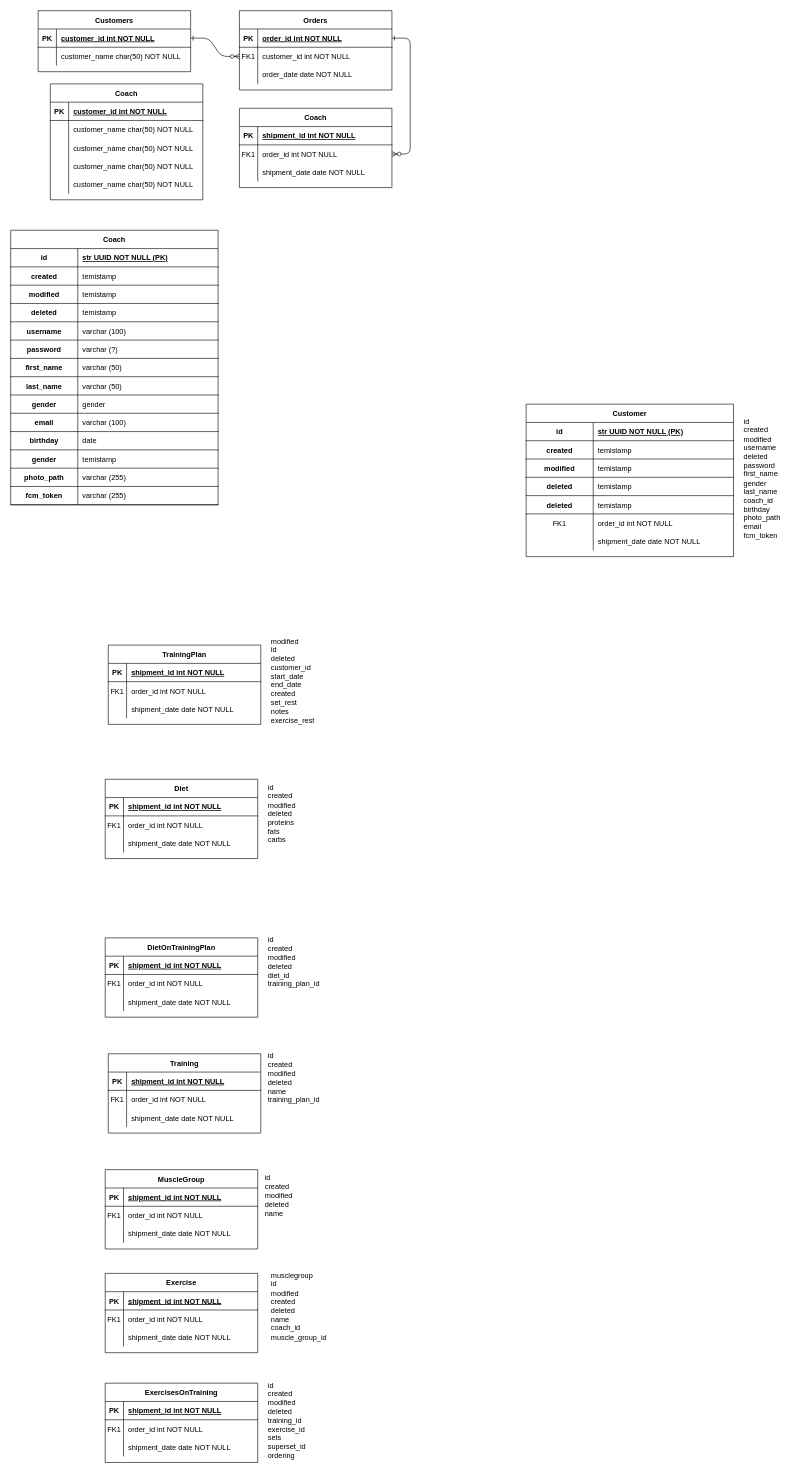
Above: backend/src/domains/Диаграмма без названия.drawio in baydinvladislav/as-coach (draw.io), before the change. Source tidied: cells renumbered, new cells numbered last; positions are measured from the earlier drawing's top-left corner, leaving out a move shared by most shapes. Both pictures are drawn from the tidied source at 61%, with x=0, y=0 at pixel (10, 10).
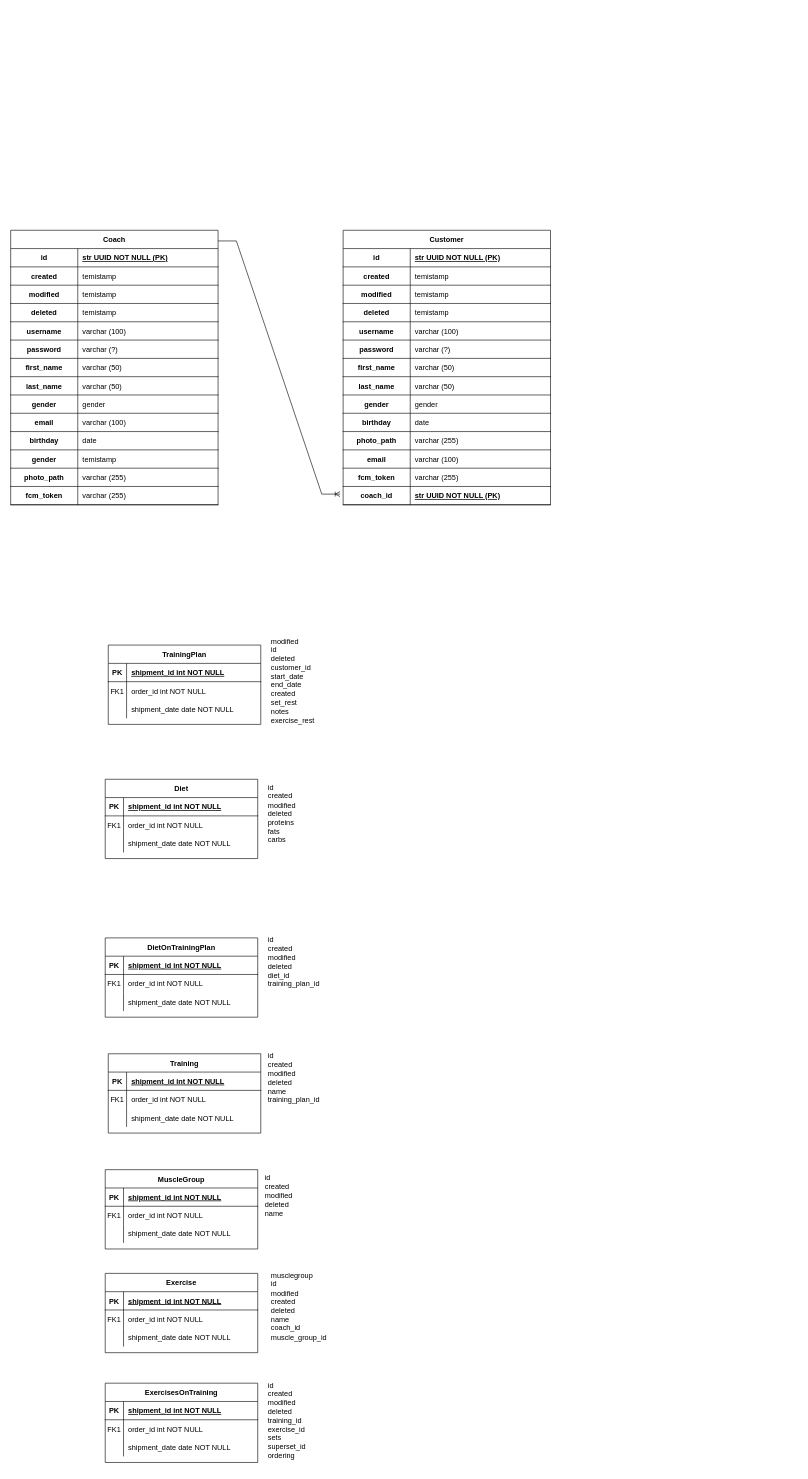
The same page after the edit.

What changed in the source:
```diff
@@
-    <mxCell id="2" style="edgeStyle=entityRelationEdgeStyle;endArrow=ERzeroToMany;startArrow=ERone;endFill=1;startFill=0;" parent="1" edge="1" source="25" target="8">
-      <mxGeometry relative="1" as="geometry" />
-    </mxCell>
-    <mxCell id="3" style="edgeStyle=entityRelationEdgeStyle;endArrow=ERzeroToMany;startArrow=ERone;endFill=1;startFill=0;" parent="1" edge="1" source="5" target="18">
-      <mxGeometry relative="1" as="geometry" />
-    </mxCell>
-    <mxCell id="4" value="Orders" style="shape=table;startSize=30;childLayout=tableLayout;rowLines=0;fontStyle=1;align=center;" parent="1" vertex="1">
-      <mxGeometry x="375" width="250" height="130" as="geometry" />
-    </mxCell>
-    <mxCell id="5" style="shape=partialRectangle;fillColor=none;points=[[0,0.5],[1,0.5]];portConstraint=eastwest;top=0;left=0;right=0;bottom=1;" parent="4" vertex="1">
-      <mxGeometry y="30" width="250" height="30" as="geometry" />
-    </mxCell>
-    <mxCell id="6" value="PK" style="shape=partialRectangle;overflow=hidden;fillColor=none;top=0;left=0;bottom=0;right=0;fontStyle=1;" parent="5" vertex="1">
-      <mxGeometry width="30" height="30" as="geometry" />
-    </mxCell>
-    <mxCell id="7" value="order_id int NOT NULL " style="shape=partialRectangle;overflow=hidden;fillColor=none;top=0;left=0;bottom=0;right=0;align=left;spacingLeft=6;fontStyle=5;" parent="5" vertex="1">
-      <mxGeometry x="30" width="220" height="30" as="geometry" />
-    </mxCell>
-    <mxCell id="8" style="shape=partialRectangle;fillColor=none;points=[[0,0.5],[1,0.5]];portConstraint=eastwest;top=0;left=0;right=0;bottom=0;" parent="4" vertex="1">
-      <mxGeometry y="60" width="250" height="30" as="geometry" />
-    </mxCell>
-    <mxCell id="9" value="FK1" style="shape=partialRectangle;overflow=hidden;fillColor=none;top=0;left=0;bottom=0;right=0;" parent="8" vertex="1">
-      <mxGeometry width="30" height="30" as="geometry" />
-    </mxCell>
-    <mxCell id="10" value="customer_id int NOT NULL" style="shape=partialRectangle;overflow=hidden;fillColor=none;top=0;left=0;bottom=0;right=0;align=left;spacingLeft=6;" parent="8" vertex="1">
-      <mxGeometry x="30" width="220" height="30" as="geometry" />
-    </mxCell>
-    <mxCell id="11" style="shape=partialRectangle;fillColor=none;top=0;left=0;right=0;bottom=0;" parent="4" vertex="1">
-      <mxGeometry y="90" width="250" height="30" as="geometry" />
-    </mxCell>
-    <mxCell id="12" style="shape=partialRectangle;overflow=hidden;fillColor=none;top=0;left=0;bottom=0;right=0;" parent="11" vertex="1">
-      <mxGeometry width="30" height="30" as="geometry" />
-    </mxCell>
-    <mxCell id="13" value="order_date date NOT NULL" style="shape=partialRectangle;overflow=hidden;fillColor=none;top=0;left=0;bottom=0;right=0;align=left;spacingLeft=6;" parent="11" vertex="1">
-      <mxGeometry x="30" width="220" height="30" as="geometry" />
-    </mxCell>
-    <mxCell id="14" value="Coach" style="shape=table;startSize=30;childLayout=tableLayout;rowLines=0;fontStyle=1;align=center;" parent="1" vertex="1">
-      <mxGeometry x="375" y="160" width="250" height="130" as="geometry" />
-    </mxCell>
-    <mxCell id="15" style="shape=partialRectangle;fillColor=none;top=0;left=0;right=0;bottom=1;" parent="14" vertex="1">
-      <mxGeometry y="30" width="250" height="30" as="geometry" />
-    </mxCell>
-    <mxCell id="16" value="PK" style="shape=partialRectangle;overflow=hidden;fillColor=none;top=0;left=0;bottom=0;right=0;fontStyle=1;" parent="15" vertex="1">
-      <mxGeometry width="30" height="30" as="geometry" />
-    </mxCell>
-    <mxCell id="17" value="shipment_id int NOT NULL " style="shape=partialRectangle;overflow=hidden;fillColor=none;top=0;left=0;bottom=0;right=0;align=left;spacingLeft=6;fontStyle=5;" parent="15" vertex="1">
-      <mxGeometry x="30" width="220" height="30" as="geometry" />
-    </mxCell>
-    <mxCell id="18" style="shape=partialRectangle;fillColor=none;points=[[0,0.5],[1,0.5]];portConstraint=eastwest;top=0;left=0;right=0;bottom=0;" parent="14" vertex="1">
-      <mxGeometry y="60" width="250" height="30" as="geometry" />
-    </mxCell>
-    <mxCell id="19" value="FK1" style="shape=partialRectangle;overflow=hidden;fillColor=none;top=0;left=0;bottom=0;right=0;" parent="18" vertex="1">
-      <mxGeometry width="30" height="30" as="geometry" />
-    </mxCell>
-    <mxCell id="20" value="order_id int NOT NULL" style="shape=partialRectangle;overflow=hidden;fillColor=none;top=0;left=0;bottom=0;right=0;align=left;spacingLeft=6;" parent="18" vertex="1">
-      <mxGeometry x="30" width="220" height="30" as="geometry" />
-    </mxCell>
-    <mxCell id="21" style="shape=partialRectangle;fillColor=none;top=0;left=0;right=0;bottom=0;" parent="14" vertex="1">
-      <mxGeometry y="90" width="250" height="30" as="geometry" />
-    </mxCell>
-    <mxCell id="22" style="shape=partialRectangle;overflow=hidden;fillColor=none;top=0;left=0;bottom=0;right=0;" parent="21" vertex="1">
-      <mxGeometry width="30" height="30" as="geometry" />
-    </mxCell>
-    <mxCell id="23" value="shipment_date date NOT NULL" style="shape=partialRectangle;overflow=hidden;fillColor=none;top=0;left=0;bottom=0;right=0;align=left;spacingLeft=6;" parent="21" vertex="1">
-      <mxGeometry x="30" width="220" height="30" as="geometry" />
-    </mxCell>
-    <mxCell id="24" value="Customers" style="shape=table;startSize=30;childLayout=tableLayout;rowLines=0;fontStyle=1;align=center;" parent="1" vertex="1">
-      <mxGeometry x="45" width="250" height="100" as="geometry" />
-    </mxCell>
-    <mxCell id="25" style="shape=partialRectangle;fillColor=none;points=[[0,0.5],[1,0.5]];portConstraint=eastwest;top=0;left=0;right=0;bottom=1;" parent="24" vertex="1">
-      <mxGeometry y="30" width="250" height="30" as="geometry" />
-    </mxCell>
-    <mxCell id="26" value="PK" style="shape=partialRectangle;overflow=hidden;fillColor=none;top=0;left=0;bottom=0;right=0;fontStyle=1;" parent="25" vertex="1">
-      <mxGeometry width="30" height="30" as="geometry" />
-    </mxCell>
-    <mxCell id="27" value="customer_id int NOT NULL " style="shape=partialRectangle;overflow=hidden;fillColor=none;top=0;left=0;bottom=0;right=0;align=left;spacingLeft=6;fontStyle=5;" parent="25" vertex="1">
-      <mxGeometry x="30" width="220" height="30" as="geometry" />
-    </mxCell>
-    <mxCell id="28" style="shape=partialRectangle;fillColor=none;top=0;left=0;right=0;bottom=0;" parent="24" vertex="1">
-      <mxGeometry y="60" width="250" height="30" as="geometry" />
-    </mxCell>
-    <mxCell id="29" style="shape=partialRectangle;overflow=hidden;fillColor=none;top=0;left=0;bottom=0;right=0;" parent="28" vertex="1">
-      <mxGeometry width="30" height="30" as="geometry" />
-    </mxCell>
-    <mxCell id="30" value="customer_name char(50) NOT NULL" style="shape=partialRectangle;overflow=hidden;fillColor=none;top=0;left=0;bottom=0;right=0;align=left;spacingLeft=6;" parent="28" vertex="1">
-      <mxGeometry x="30" width="220" height="30" as="geometry" />
-    </mxCell>
-    <mxCell id="31" value="Coach" style="shape=table;startSize=30;childLayout=tableLayout;rowLines=0;fontStyle=1;align=center;" parent="1" vertex="1">
-      <mxGeometry x="65" y="120" width="250" height="190" as="geometry" />
-    </mxCell>
-    <mxCell id="32" style="shape=partialRectangle;fillColor=none;top=0;left=0;right=0;bottom=1;" parent="31" vertex="1">
-      <mxGeometry y="30" width="250" height="30" as="geometry" />
-    </mxCell>
-    <mxCell id="33" value="PK" style="shape=partialRectangle;overflow=hidden;fillColor=none;top=0;left=0;bottom=0;right=0;fontStyle=1;" parent="32" vertex="1">
-      <mxGeometry width="30" height="30" as="geometry" />
-    </mxCell>
-    <mxCell id="34" value="customer_id int NOT NULL " style="shape=partialRectangle;overflow=hidden;fillColor=none;top=0;left=0;bottom=0;right=0;align=left;spacingLeft=6;fontStyle=5;" parent="32" vertex="1">
-      <mxGeometry x="30" width="220" height="30" as="geometry" />
-    </mxCell>
-    <mxCell id="35" style="shape=partialRectangle;fillColor=none;top=0;left=0;right=0;bottom=0;" parent="31" vertex="1">
-      <mxGeometry y="60" width="250" height="30" as="geometry" />
-    </mxCell>
-    <mxCell id="36" style="shape=partialRectangle;overflow=hidden;fillColor=none;top=0;left=0;bottom=0;right=0;" parent="35" vertex="1">
-      <mxGeometry width="30" height="30" as="geometry" />
-    </mxCell>
-    <mxCell id="37" value="customer_name char(50) NOT NULL" style="shape=partialRectangle;overflow=hidden;fillColor=none;top=0;left=0;bottom=0;right=0;align=left;spacingLeft=6;" parent="35" vertex="1">
-      <mxGeometry x="30" width="220" height="30" as="geometry" />
-    </mxCell>
-    <mxCell id="38" style="shape=partialRectangle;fillColor=none;top=0;left=0;right=0;bottom=0;" parent="31" vertex="1">
-      <mxGeometry y="90" width="250" height="30" as="geometry" />
-    </mxCell>
-    <mxCell id="39" style="shape=partialRectangle;overflow=hidden;fillColor=none;top=0;left=0;bottom=0;right=0;" parent="38" vertex="1">
-      <mxGeometry width="30" height="30" as="geometry" />
-    </mxCell>
-    <mxCell id="40" value="customer_name char(50) NOT NULL" style="shape=partialRectangle;overflow=hidden;fillColor=none;top=0;left=0;bottom=0;right=0;align=left;spacingLeft=6;" parent="38" vertex="1">
-      <mxGeometry x="30" width="220" height="30" as="geometry" />
-    </mxCell>
-    <mxCell id="41" style="shape=partialRectangle;fillColor=none;top=0;left=0;right=0;bottom=0;" parent="31" vertex="1">
-      <mxGeometry y="120" width="250" height="30" as="geometry" />
-    </mxCell>
-    <mxCell id="42" style="shape=partialRectangle;overflow=hidden;fillColor=none;top=0;left=0;bottom=0;right=0;" parent="41" vertex="1">
-      <mxGeometry width="30" height="30" as="geometry" />
-    </mxCell>
-    <mxCell id="43" value="customer_name char(50) NOT NULL" style="shape=partialRectangle;overflow=hidden;fillColor=none;top=0;left=0;bottom=0;right=0;align=left;spacingLeft=6;" parent="41" vertex="1">
-      <mxGeometry x="30" width="220" height="30" as="geometry" />
-    </mxCell>
-    <mxCell id="44" style="shape=partialRectangle;fillColor=none;top=0;left=0;right=0;bottom=0;" parent="31" vertex="1">
-      <mxGeometry y="150" width="250" height="30" as="geometry" />
-    </mxCell>
-    <mxCell id="45" style="shape=partialRectangle;overflow=hidden;fillColor=none;top=0;left=0;bottom=0;right=0;" parent="44" vertex="1">
-      <mxGeometry width="30" height="30" as="geometry" />
-    </mxCell>
-    <mxCell id="46" value="customer_name char(50) NOT NULL" style="shape=partialRectangle;overflow=hidden;fillColor=none;top=0;left=0;bottom=0;right=0;align=left;spacingLeft=6;" parent="44" vertex="1">
-      <mxGeometry x="30" width="220" height="30" as="geometry" />
-    </mxCell>
@@
-    <mxCell id="110" value="id&#10;created&#10;modified&#10;username&#10;deleted&#10;password&#10;first_name&#10;gender&#10;last_name&#10;coach_id&#10;birthday&#10;photo_path&#10;email&#10;fcm_token" style="text;whiteSpace=wrap;" parent="1" vertex="1">
-      <mxGeometry x="1200" y="660" width="90" height="220" as="geometry" />
-    </mxCell>
@@
     <mxCell id="168" value="Customer" style="shape=table;startSize=30;childLayout=tableLayout;rowLines=0;fontStyle=1;align=center;" parent="1" vertex="1">
-      <mxGeometry x="845" y="645" width="340" height="250" as="geometry" />
+      <mxGeometry x="545" y="360" width="340" height="450" as="geometry" />
     </mxCell>
@@
+    <mxCell id="190" style="shape=partialRectangle;fillColor=none;top=0;left=0;right=0;bottom=1;" parent="168" vertex="1">
+      <mxGeometry y="150" width="340" height="30" as="geometry" />
+    </mxCell>
+    <mxCell id="191" value="username" style="shape=partialRectangle;overflow=hidden;fillColor=none;top=0;left=0;bottom=0;right=0;fontStyle=1;" parent="190" vertex="1">
+      <mxGeometry width="110" height="30" as="geometry" />
+    </mxCell>
+    <mxCell id="192" value="varchar (100)" style="shape=partialRectangle;overflow=hidden;fillColor=none;top=0;left=0;bottom=0;right=0;align=left;spacingLeft=6;fontStyle=0;" parent="190" vertex="1">
+      <mxGeometry x="110" width="230" height="30" as="geometry" />
+    </mxCell>
+    <mxCell id="193" style="shape=partialRectangle;fillColor=none;top=0;left=0;right=0;bottom=1;" parent="168" vertex="1">
+      <mxGeometry y="180" width="340" height="30" as="geometry" />
+    </mxCell>
+    <mxCell id="194" value="password" style="shape=partialRectangle;overflow=hidden;fillColor=none;top=0;left=0;bottom=0;right=0;fontStyle=1;" parent="193" vertex="1">
+      <mxGeometry width="110" height="30" as="geometry" />
+    </mxCell>
+    <mxCell id="195" value="varchar (?)" style="shape=partialRectangle;overflow=hidden;fillColor=none;top=0;left=0;bottom=0;right=0;align=left;spacingLeft=6;fontStyle=0;" parent="193" vertex="1">
+      <mxGeometry x="110" width="230" height="30" as="geometry" />
+    </mxCell>
+    <mxCell id="196" style="shape=partialRectangle;fillColor=none;top=0;left=0;right=0;bottom=1;" parent="168" vertex="1">
+      <mxGeometry y="210" width="340" height="30" as="geometry" />
+    </mxCell>
+    <mxCell id="197" value="first_name" style="shape=partialRectangle;overflow=hidden;fillColor=none;top=0;left=0;bottom=0;right=0;fontStyle=1;" parent="196" vertex="1">
+      <mxGeometry width="110" height="30" as="geometry" />
+    </mxCell>
+    <mxCell id="198" value="varchar (50)" style="shape=partialRectangle;overflow=hidden;fillColor=none;top=0;left=0;bottom=0;right=0;align=left;spacingLeft=6;fontStyle=0;" parent="196" vertex="1">
+      <mxGeometry x="110" width="230" height="30" as="geometry" />
+    </mxCell>
+    <mxCell id="199" style="shape=partialRectangle;fillColor=none;top=0;left=0;right=0;bottom=1;" parent="168" vertex="1">
+      <mxGeometry y="240" width="340" height="30" as="geometry" />
+    </mxCell>
+    <mxCell id="200" value="last_name" style="shape=partialRectangle;overflow=hidden;fillColor=none;top=0;left=0;bottom=0;right=0;fontStyle=1;" parent="199" vertex="1">
+      <mxGeometry width="110" height="30" as="geometry" />
+    </mxCell>
+    <mxCell id="201" value="varchar (50)" style="shape=partialRectangle;overflow=hidden;fillColor=none;top=0;left=0;bottom=0;right=0;align=left;spacingLeft=6;fontStyle=0;" parent="199" vertex="1">
+      <mxGeometry x="110" width="230" height="30" as="geometry" />
+    </mxCell>
+    <mxCell id="202" style="shape=partialRectangle;fillColor=none;top=0;left=0;right=0;bottom=1;" parent="168" vertex="1">
+      <mxGeometry y="270" width="340" height="30" as="geometry" />
+    </mxCell>
+    <mxCell id="203" value="gender" style="shape=partialRectangle;overflow=hidden;fillColor=none;top=0;left=0;bottom=0;right=0;fontStyle=1;" parent="202" vertex="1">
+      <mxGeometry width="110" height="30" as="geometry" />
+    </mxCell>
+    <mxCell id="204" value="gender" style="shape=partialRectangle;overflow=hidden;fillColor=none;top=0;left=0;bottom=0;right=0;align=left;spacingLeft=6;fontStyle=0;" parent="202" vertex="1">
+      <mxGeometry x="110" width="230" height="30" as="geometry" />
+    </mxCell>
+    <mxCell id="205" style="shape=partialRectangle;fillColor=none;top=0;left=0;right=0;bottom=1;" parent="168" vertex="1">
+      <mxGeometry y="300" width="340" height="30" as="geometry" />
+    </mxCell>
+    <mxCell id="206" value="birthday" style="shape=partialRectangle;overflow=hidden;fillColor=none;top=0;left=0;bottom=0;right=0;fontStyle=1;" parent="205" vertex="1">
+      <mxGeometry width="110" height="30" as="geometry" />
+    </mxCell>
+    <mxCell id="207" value="date" style="shape=partialRectangle;overflow=hidden;fillColor=none;top=0;left=0;bottom=0;right=0;align=left;spacingLeft=6;fontStyle=0;" parent="205" vertex="1">
+      <mxGeometry x="110" width="230" height="30" as="geometry" />
+    </mxCell>
+    <mxCell id="208" style="shape=partialRectangle;fillColor=none;top=0;left=0;right=0;bottom=1;" parent="168" vertex="1">
+      <mxGeometry y="330" width="340" height="30" as="geometry" />
+    </mxCell>
+    <mxCell id="209" value="photo_path" style="shape=partialRectangle;overflow=hidden;fillColor=none;top=0;left=0;bottom=0;right=0;fontStyle=1;" parent="208" vertex="1">
+      <mxGeometry width="110" height="30" as="geometry" />
+    </mxCell>
+    <mxCell id="210" value="varchar (255)" style="shape=partialRectangle;overflow=hidden;fillColor=none;top=0;left=0;bottom=0;right=0;align=left;spacingLeft=6;fontStyle=0;" parent="208" vertex="1">
+      <mxGeometry x="110" width="230" height="30" as="geometry" />
+    </mxCell>
+    <mxCell id="211" style="shape=partialRectangle;fillColor=none;top=0;left=0;right=0;bottom=1;" parent="168" vertex="1">
+      <mxGeometry y="360" width="340" height="30" as="geometry" />
+    </mxCell>
+    <mxCell id="212" value="email" style="shape=partialRectangle;overflow=hidden;fillColor=none;top=0;left=0;bottom=0;right=0;fontStyle=1;" parent="211" vertex="1">
+      <mxGeometry width="110" height="30" as="geometry" />
+    </mxCell>
+    <mxCell id="213" value="varchar (100)" style="shape=partialRectangle;overflow=hidden;fillColor=none;top=0;left=0;bottom=0;right=0;align=left;spacingLeft=6;fontStyle=0;" parent="211" vertex="1">
+      <mxGeometry x="110" width="230" height="30" as="geometry" />
+    </mxCell>
+    <mxCell id="214" style="shape=partialRectangle;fillColor=none;top=0;left=0;right=0;bottom=1;" parent="168" vertex="1">
+      <mxGeometry y="390" width="340" height="30" as="geometry" />
+    </mxCell>
+    <mxCell id="215" value="fcm_token" style="shape=partialRectangle;overflow=hidden;fillColor=none;top=0;left=0;bottom=0;right=0;fontStyle=1;" parent="214" vertex="1">
+      <mxGeometry width="110" height="30" as="geometry" />
+    </mxCell>
+    <mxCell id="216" value="varchar (255)" style="shape=partialRectangle;overflow=hidden;fillColor=none;top=0;left=0;bottom=0;right=0;align=left;spacingLeft=6;fontStyle=0;" parent="214" vertex="1">
+      <mxGeometry x="110" width="230" height="30" as="geometry" />
+    </mxCell>
     <mxCell id="181" style="shape=partialRectangle;fillColor=none;top=0;left=0;right=0;bottom=1;" parent="168" vertex="1">
-      <mxGeometry y="150" width="340" height="30" as="geometry" />
+      <mxGeometry y="420" width="340" height="30" as="geometry" />
     </mxCell>
-    <mxCell id="182" value="deleted" style="shape=partialRectangle;overflow=hidden;fillColor=none;top=0;left=0;bottom=0;right=0;fontStyle=1;" parent="181" vertex="1">
+    <mxCell id="182" value="coach_id" style="shape=partialRectangle;overflow=hidden;fillColor=none;top=0;left=0;bottom=0;right=0;fontStyle=1;" parent="181" vertex="1">
       <mxGeometry width="110" height="30" as="geometry" />
     </mxCell>
-    <mxCell id="183" value="temistamp" style="shape=partialRectangle;overflow=hidden;fillColor=none;top=0;left=0;bottom=0;right=0;align=left;spacingLeft=6;fontStyle=0;" parent="181" vertex="1">
+    <mxCell id="183" value="str UUID NOT NULL (PK)" style="shape=partialRectangle;overflow=hidden;fillColor=none;top=0;left=0;bottom=0;right=0;align=left;spacingLeft=6;fontStyle=5;" parent="181" vertex="1">
       <mxGeometry x="110" width="230" height="30" as="geometry" />
     </mxCell>
-    <mxCell id="184" style="shape=partialRectangle;fillColor=none;top=0;left=0;right=0;bottom=0;" parent="168" vertex="1">
-      <mxGeometry y="180" width="340" height="30" as="geometry" />
-    </mxCell>
-    <mxCell id="185" value="FK1" style="shape=partialRectangle;overflow=hidden;fillColor=none;top=0;left=0;bottom=0;right=0;" parent="184" vertex="1">
-      <mxGeometry width="110" height="30" as="geometry" />
-    </mxCell>
-    <mxCell id="186" value="order_id int NOT NULL" style="shape=partialRectangle;overflow=hidden;fillColor=none;top=0;left=0;bottom=0;right=0;align=left;spacingLeft=6;" parent="184" vertex="1">
-      <mxGeometry x="110" width="230" height="30" as="geometry" />
-    </mxCell>
-    <mxCell id="187" style="shape=partialRectangle;fillColor=none;top=0;left=0;right=0;bottom=0;" parent="168" vertex="1">
-      <mxGeometry y="210" width="340" height="30" as="geometry" />
-    </mxCell>
-    <mxCell id="188" style="shape=partialRectangle;overflow=hidden;fillColor=none;top=0;left=0;bottom=0;right=0;" parent="187" vertex="1">
-      <mxGeometry width="110" height="30" as="geometry" />
-    </mxCell>
-    <mxCell id="189" value="shipment_date date NOT NULL" style="shape=partialRectangle;overflow=hidden;fillColor=none;top=0;left=0;bottom=0;right=0;align=left;spacingLeft=6;" parent="187" vertex="1">
-      <mxGeometry x="110" width="230" height="30" as="geometry" />
-    </mxCell>
+    <mxCell id="217" style="edgeStyle=entityRelationEdgeStyle;fontSize=12;html=1;endArrow=ERoneToMany;rounded=0;entryX=0;entryY=0.5;entryDx=0;entryDy=0;" parent="1" edge="1">
+      <mxGeometry relative="1" as="geometry">
+        <mxPoint x="340" y="377.5" as="sourcePoint" />
+        <mxPoint x="540" y="792.5" as="targetPoint" />
+      </mxGeometry>
+    </mxCell>
```
